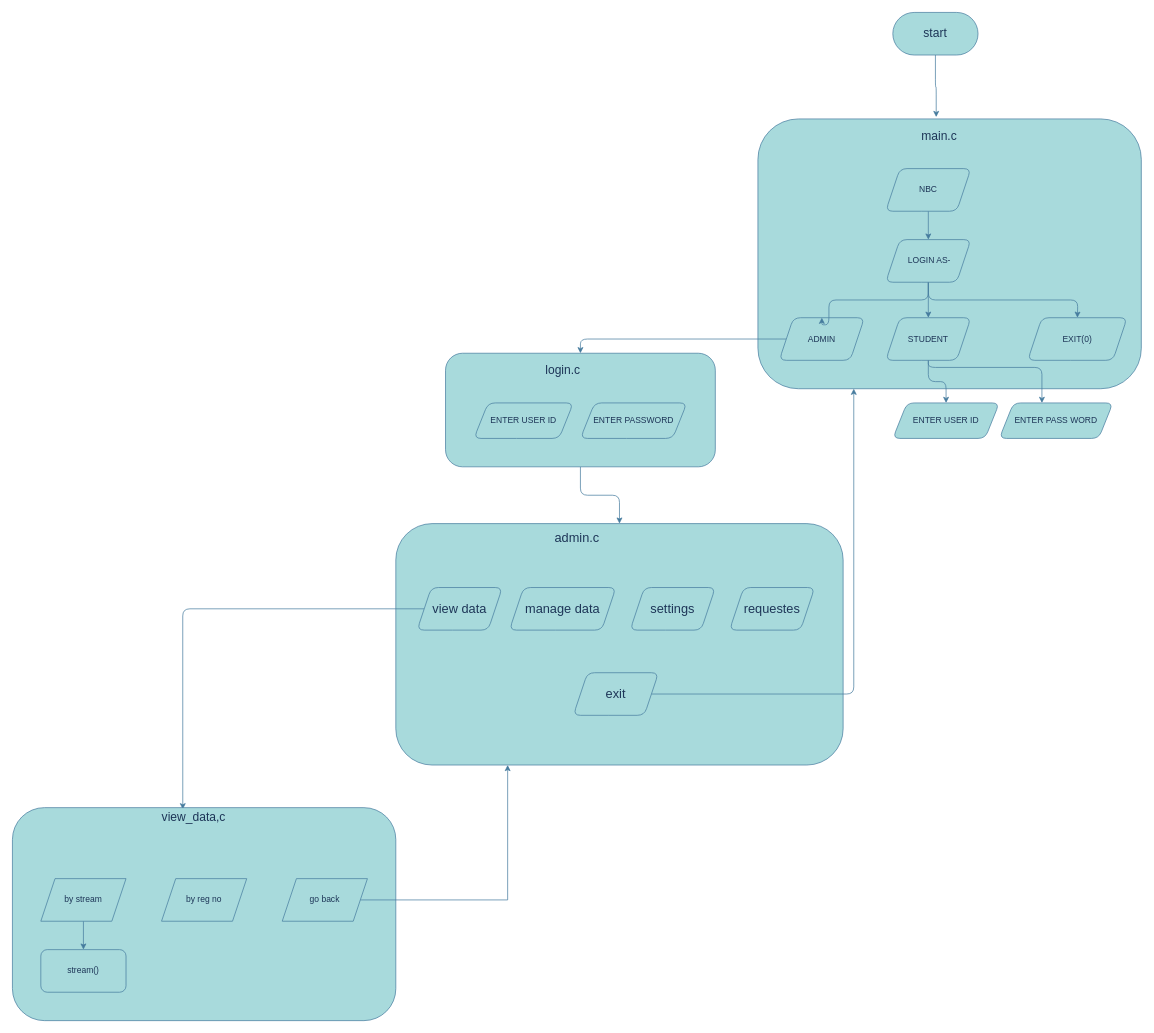
The draw.io diagram NBC.drawio in saha-KUSHAL/nbc, before the edit. Source tidied: cells renumbered, new cells numbered last; positions are measured from the earlier drawing's top-left corner, leaving out a move shared by most shapes. Both pictures are drawn from the tidied source at 71%, with x=0, y=0 at pixel (12, 12).
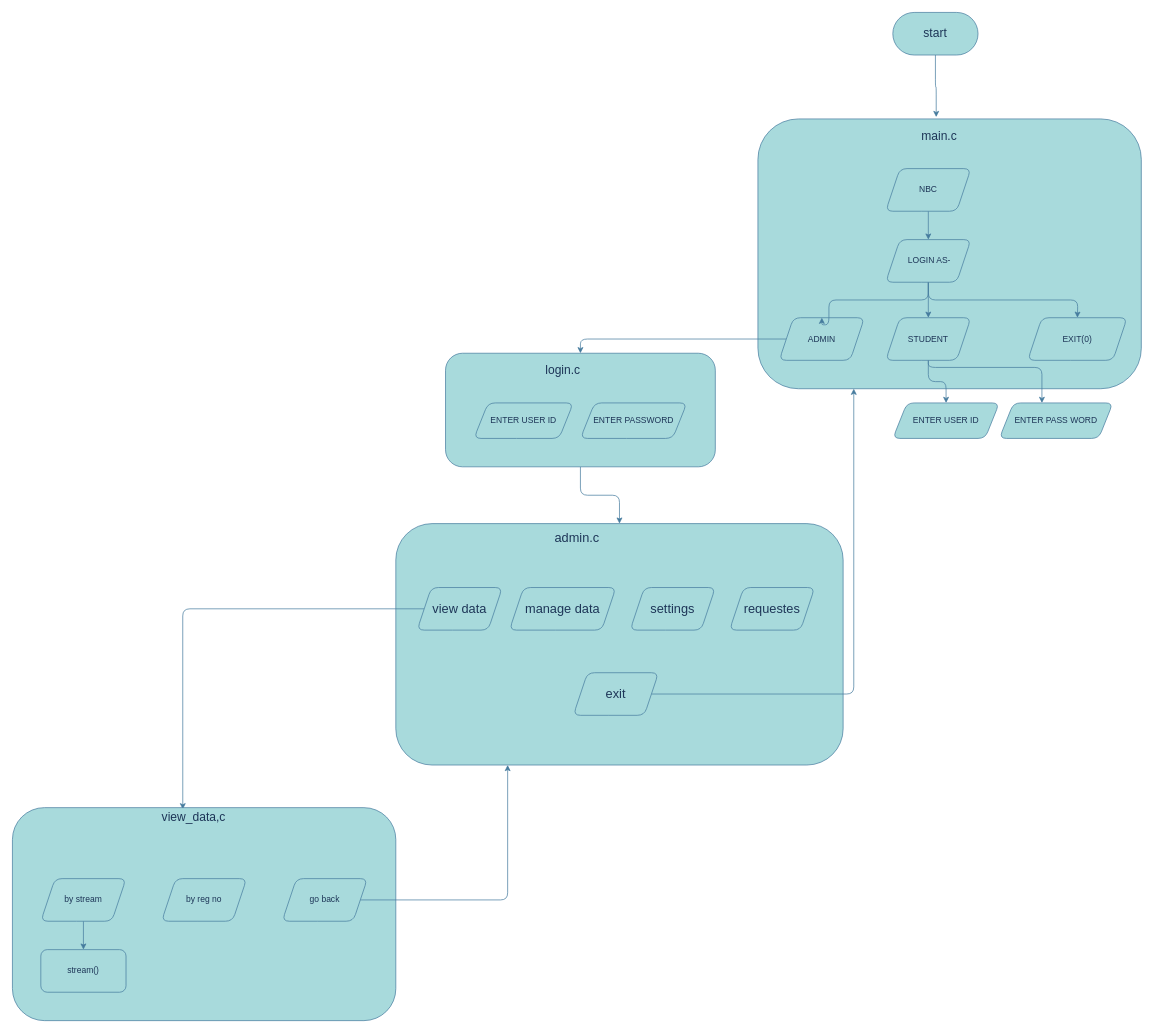
Above is the later version.

Commit message (it also covers changes not shown here):
display full stream data completed

The change refers to these unchanged cells:
```xml
<mxCell id="23" style="rounded=1;whiteSpace=wrap;html=1;labelBackgroundColor=none;fillColor=#A8DADC;strokeColor=#457B9D;fontColor=#1D3557;" parent="1" vertex="1">
  <mxGeometry x="540" y="720" width="630" height="340" as="geometry" />
</mxCell>
<mxCell id="41" value="stream()" style="rounded=1;whiteSpace=wrap;html=1;strokeColor=#457B9D;fontColor=#1D3557;fillColor=#A8DADC;" parent="1" vertex="1">
  <mxGeometry x="40" y="1320" width="120" height="60" as="geometry" />
</mxCell>
```

Diff of the diagram source:
```diff
@@
-    <mxCell id="36" style="edgeStyle=orthogonalEdgeStyle;rounded=0;jettySize=auto;html=1;entryX=0.5;entryY=0;entryDx=0;entryDy=0;strokeColor=#457B9D;fontColor=#1D3557;fillColor=#A8DADC;" parent="1" edge="1" source="37" target="41">
+    <mxCell id="36" style="edgeStyle=orthogonalEdgeStyle;rounded=1;jettySize=auto;html=1;entryX=0.5;entryY=0;entryDx=0;entryDy=0;strokeColor=#457B9D;fontColor=#1D3557;fillColor=#A8DADC;" parent="1" edge="1" source="37" target="41">
       <mxGeometry relative="1" as="geometry" />
     </mxCell>
-    <mxCell id="37" value="by stream" style="shape=parallelogram;perimeter=parallelogramPerimeter;whiteSpace=wrap;html=1;fixedSize=1;strokeColor=#457B9D;fontColor=#1D3557;fillColor=#A8DADC;" parent="1" vertex="1">
+    <mxCell id="37" value="by stream" style="shape=parallelogram;perimeter=parallelogramPerimeter;whiteSpace=wrap;html=1;fixedSize=1;strokeColor=#457B9D;fontColor=#1D3557;fillColor=#A8DADC;rounded=1;" parent="1" vertex="1">
       <mxGeometry x="40" y="1220" width="120" height="60" as="geometry" />
     </mxCell>
-    <mxCell id="38" value="by reg no" style="shape=parallelogram;perimeter=parallelogramPerimeter;whiteSpace=wrap;html=1;fixedSize=1;strokeColor=#457B9D;fontColor=#1D3557;fillColor=#A8DADC;" parent="1" vertex="1">
+    <mxCell id="38" value="by reg no" style="shape=parallelogram;perimeter=parallelogramPerimeter;whiteSpace=wrap;html=1;fixedSize=1;strokeColor=#457B9D;fontColor=#1D3557;fillColor=#A8DADC;rounded=1;" parent="1" vertex="1">
       <mxGeometry x="210" y="1220" width="120" height="60" as="geometry" />
     </mxCell>
-    <mxCell id="39" style="edgeStyle=orthogonalEdgeStyle;rounded=0;jettySize=auto;html=1;entryX=0.25;entryY=1;entryDx=0;entryDy=0;strokeColor=#457B9D;fontColor=#1D3557;fillColor=#A8DADC;" parent="1" edge="1" source="40" target="23">
+    <mxCell id="39" style="edgeStyle=orthogonalEdgeStyle;rounded=1;jettySize=auto;html=1;entryX=0.25;entryY=1;entryDx=0;entryDy=0;strokeColor=#457B9D;fontColor=#1D3557;fillColor=#A8DADC;" parent="1" edge="1" source="40" target="23">
       <mxGeometry relative="1" as="geometry" />
     </mxCell>
-    <mxCell id="40" value="go back" style="shape=parallelogram;perimeter=parallelogramPerimeter;whiteSpace=wrap;html=1;fixedSize=1;strokeColor=#457B9D;fontColor=#1D3557;fillColor=#A8DADC;" parent="1" vertex="1">
+    <mxCell id="40" value="go back" style="shape=parallelogram;perimeter=parallelogramPerimeter;whiteSpace=wrap;html=1;fixedSize=1;strokeColor=#457B9D;fontColor=#1D3557;fillColor=#A8DADC;rounded=1;" parent="1" vertex="1">
       <mxGeometry x="380" y="1220" width="120" height="60" as="geometry" />
     </mxCell>
```
